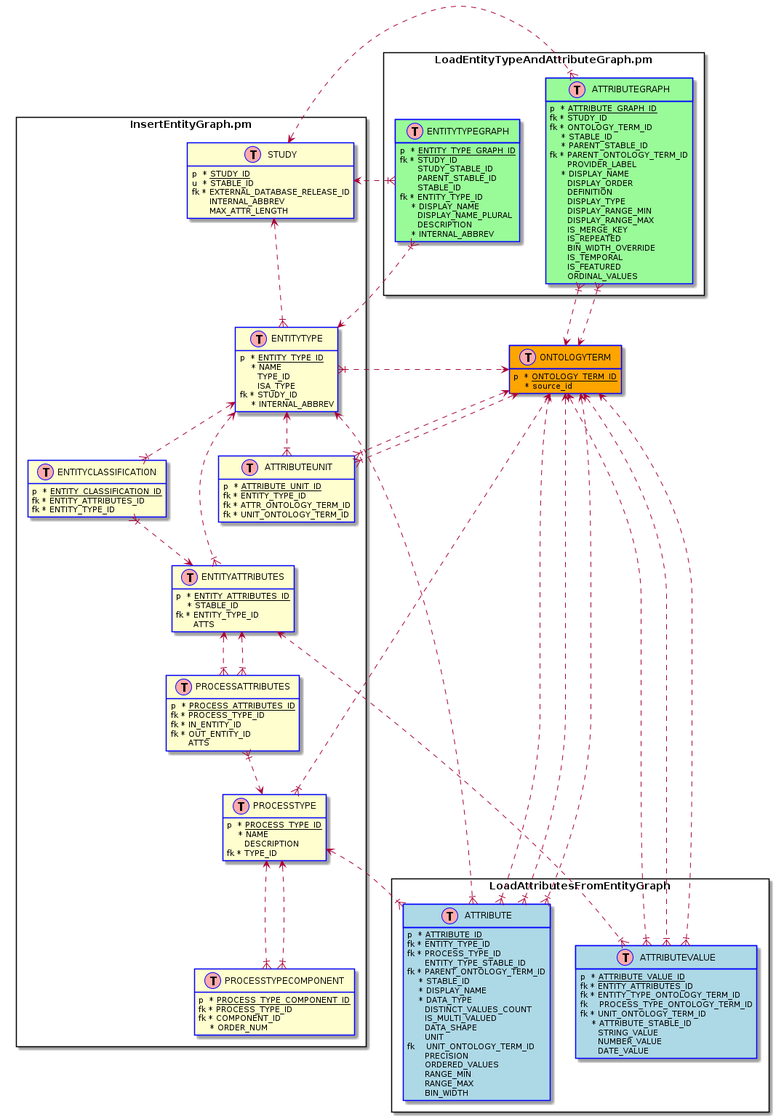
This is project_planning/images/eda_uml.png from jbrestel/org-docs, a PlantUML export, as it was before one commit.
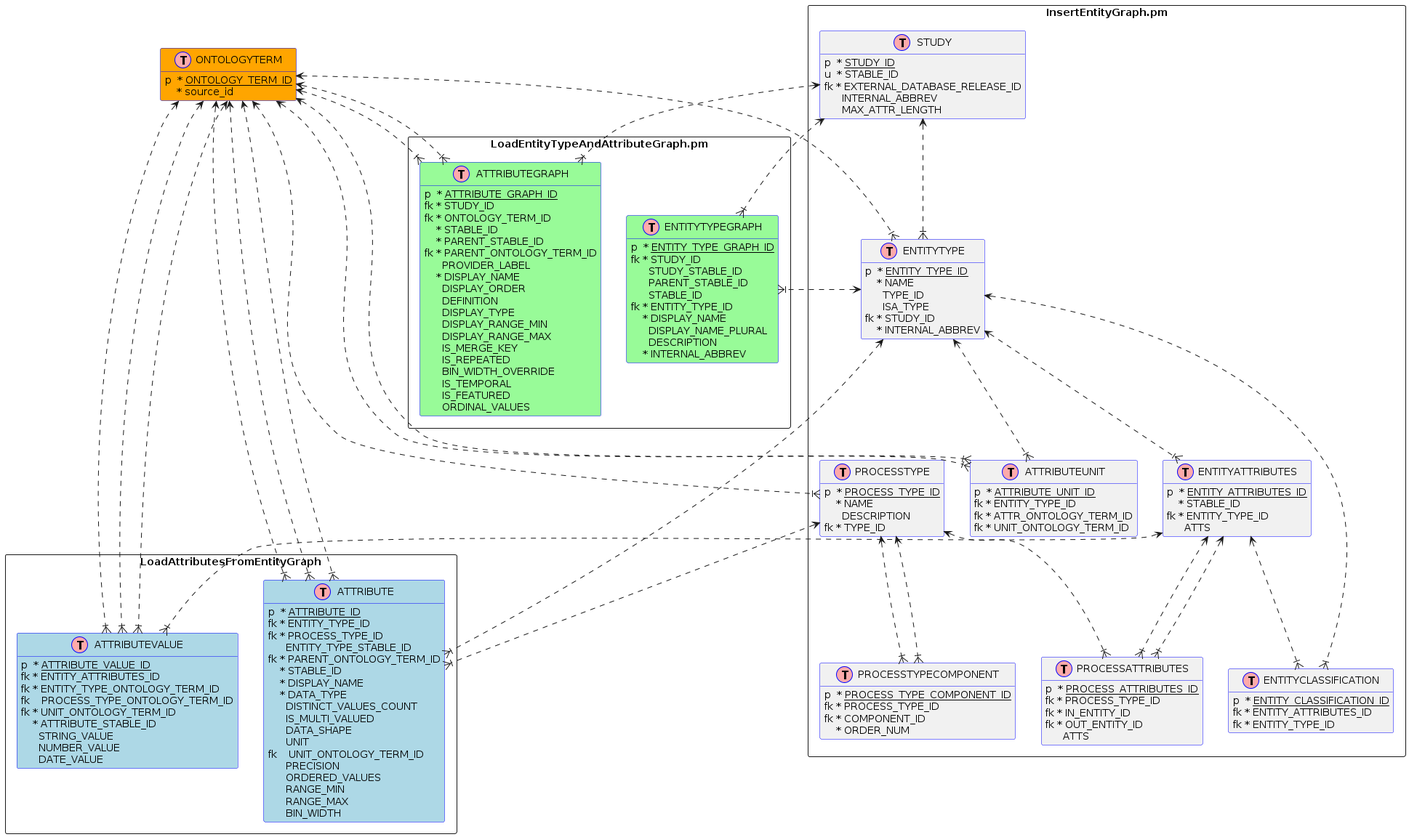
After the commit.

The edit, as a diff of the source:
```diff
@@ -1,149 +1,160 @@
 @startuml
+  !define plugin4table(x) class x << (T,#FFAAAA) >> #orange;line:blue;
+  !define plugin3table(x) class x << (T,#FFAAAA) >> #palegreen;line:blue;
+  !define plugin2table(x) class x << (T,#FFAAAA) >> #lightblue;line:blue;
+  !define plugin1table(x) class x << (T,#FFAAAA) >> #line:blue;
+  !define primary_key(x) p <U+0020>* <u>x</u>
+  !define foreign_key(x) fk * x
+  !define foreign_key_nullable(x) fk <U+0020><U+0020> x
+  !define unique(x) u <U+0020>* x
+  !define unique_nullable(x) u <U+0020><U+0020> x
+  !define field_nullable(x) <U+0020> <U+0020> <U+0020> x
+  !define field(x) <U+0020> <U+0020> * x
   hide methods
   hide stereotypes
 
 rectangle InsertEntityGraph.pm {
-  class STUDY << (T,#FFAAAA) >> #line:blue; {
-    p <U+0020>* <u>STUDY_ID</u>
-    u <U+0020>* STABLE_ID
-    fk * EXTERNAL_DATABASE_RELEASE_ID
-    <U+0020> <U+0020> <U+0020> INTERNAL_ABBREV
-    <U+0020> <U+0020> <U+0020> MAX_ATTR_LENGTH
+  plugin1table(STUDY) {
+    primary_key(STUDY_ID)
+    unique(STABLE_ID)
+    foreign_key(EXTERNAL_DATABASE_RELEASE_ID)
+    field_nullable(INTERNAL_ABBREV)
+    field_nullable(MAX_ATTR_LENGTH)
   }
 
-        class ENTITYTYPE << (T,#FFAAAA) >> #line:blue; {
-    p <U+0020>* <u>ENTITY_TYPE_ID</u>
-    <U+0020> <U+0020> * NAME
-    <U+0020> <U+0020> <U+0020> TYPE_ID
-    <U+0020> <U+0020> <U+0020> ISA_TYPE
-    fk * STUDY_ID
-    <U+0020> <U+0020> * INTERNAL_ABBREV
+        plugin1table(ENTITYTYPE) {
+    primary_key(ENTITY_TYPE_ID)
+    field(NAME)
+    field_nullable(TYPE_ID)
+    field_nullable(ISA_TYPE)
+    foreign_key(STUDY_ID)
+    field(INTERNAL_ABBREV)
   }
 
-  class ENTITYCLASSIFICATION << (T,#FFAAAA) >> #line:blue; {
-    p <U+0020>* <u>ENTITY_CLASSIFICATION_ID</u>
-    fk * ENTITY_ATTRIBUTES_ID
-    fk * ENTITY_TYPE_ID
+  plugin1table(ENTITYCLASSIFICATION) {
+    primary_key(ENTITY_CLASSIFICATION_ID)
+    foreign_key(ENTITY_ATTRIBUTES_ID)
+    foreign_key(ENTITY_TYPE_ID)
   }
 
-  class ENTITYATTRIBUTES << (T,#FFAAAA) >> #line:blue; {
-    p <U+0020>* <u>ENTITY_ATTRIBUTES_ID</u>
-    <U+0020> <U+0020> * STABLE_ID
-    fk * ENTITY_TYPE_ID
-    <U+0020> <U+0020> <U+0020> ATTS
+  plugin1table(ENTITYATTRIBUTES) {
+    primary_key(ENTITY_ATTRIBUTES_ID)
+    field(STABLE_ID)
+    foreign_key(ENTITY_TYPE_ID)
+    field_nullable(ATTS)
   }
 
-  class ATTRIBUTEUNIT << (T,#FFAAAA) >> #line:blue; {
-    p <U+0020>* <u>ATTRIBUTE_UNIT_ID</u>
-    fk * ENTITY_TYPE_ID
-    fk * ATTR_ONTOLOGY_TERM_ID
-    fk * UNIT_ONTOLOGY_TERM_ID
+  plugin1table(ATTRIBUTEUNIT) {
+    primary_key(ATTRIBUTE_UNIT_ID)
+    foreign_key(ENTITY_TYPE_ID)
+    foreign_key(ATTR_ONTOLOGY_TERM_ID)
+    foreign_key(UNIT_ONTOLOGY_TERM_ID)
   }
 
-  class PROCESSATTRIBUTES << (T,#FFAAAA) >> #line:blue; {
-    p <U+0020>* <u>PROCESS_ATTRIBUTES_ID</u>
-    fk * PROCESS_TYPE_ID
-    fk * IN_ENTITY_ID
-    fk * OUT_ENTITY_ID
-    <U+0020> <U+0020> <U+0020> ATTS
+  plugin1table(PROCESSATTRIBUTES) {
+    primary_key(PROCESS_ATTRIBUTES_ID)
+    foreign_key(PROCESS_TYPE_ID)
+    foreign_key(IN_ENTITY_ID)
+    foreign_key(OUT_ENTITY_ID)
+    field_nullable(ATTS)
   }
 
-  class PROCESSTYPECOMPONENT << (T,#FFAAAA) >> #line:blue; {
-    p <U+0020>* <u>PROCESS_TYPE_COMPONENT_ID</u>
-    fk * PROCESS_TYPE_ID
-    fk * COMPONENT_ID
-    <U+0020> <U+0020> * ORDER_NUM
+  plugin1table(PROCESSTYPECOMPONENT) {
+    primary_key(PROCESS_TYPE_COMPONENT_ID)
+    foreign_key(PROCESS_TYPE_ID)
+    foreign_key(COMPONENT_ID)
+    field(ORDER_NUM)
   }
 
-  class PROCESSTYPE << (T,#FFAAAA) >> #line:blue; {
-    p <U+0020>* <u>PROCESS_TYPE_ID</u>
-    <U+0020> <U+0020> * NAME
-    <U+0020> <U+0020> <U+0020> DESCRIPTION
-    fk * TYPE_ID
+  plugin1table(PROCESSTYPE) {
+    primary_key(PROCESS_TYPE_ID)
+    field(NAME)
+    field_nullable(DESCRIPTION)
+    foreign_key(TYPE_ID)
   }
 
 
 }
 
 rectangle LoadEntityTypeAndAttributeGraph.pm {
-    class ATTRIBUTEGRAPH << (T,#FFAAAA) >> #palegreen;line:blue; {
-    p <U+0020>* <u>ATTRIBUTE_GRAPH_ID</u>
-    fk * STUDY_ID
-    fk * ONTOLOGY_TERM_ID
-    <U+0020> <U+0020> * STABLE_ID
-    <U+0020> <U+0020> * PARENT_STABLE_ID
-    fk * PARENT_ONTOLOGY_TERM_ID
-    <U+0020> <U+0020> <U+0020> PROVIDER_LABEL
-    <U+0020> <U+0020> * DISPLAY_NAME
-    <U+0020> <U+0020> <U+0020> DISPLAY_ORDER
-    <U+0020> <U+0020> <U+0020> DEFINITION
-    <U+0020> <U+0020> <U+0020> DISPLAY_TYPE
-    <U+0020> <U+0020> <U+0020> DISPLAY_RANGE_MIN
-    <U+0020> <U+0020> <U+0020> DISPLAY_RANGE_MAX
-    <U+0020> <U+0020> <U+0020> IS_MERGE_KEY
-    <U+0020> <U+0020> <U+0020> IS_REPEATED
-    <U+0020> <U+0020> <U+0020> BIN_WIDTH_OVERRIDE
-    <U+0020> <U+0020> <U+0020> IS_TEMPORAL
-    <U+0020> <U+0020> <U+0020> IS_FEATURED
-    <U+0020> <U+0020> <U+0020> ORDINAL_VALUES
+    plugin3table(ATTRIBUTEGRAPH) {
+    primary_key(ATTRIBUTE_GRAPH_ID)
+    foreign_key(STUDY_ID)
+    foreign_key(ONTOLOGY_TERM_ID)
+    field(STABLE_ID)
+    field(PARENT_STABLE_ID)
+    foreign_key(PARENT_ONTOLOGY_TERM_ID)
+    field_nullable(PROVIDER_LABEL)
+    field(DISPLAY_NAME)
+    field_nullable(DISPLAY_ORDER)
+    field_nullable(DEFINITION)
+    field_nullable(DISPLAY_TYPE)
+    field_nullable(DISPLAY_RANGE_MIN)
+    field_nullable(DISPLAY_RANGE_MAX)
+    field_nullable(IS_MERGE_KEY)
+    field_nullable(IS_REPEATED)
+    field_nullable(BIN_WIDTH_OVERRIDE)
+    field_nullable(IS_TEMPORAL)
+    field_nullable(IS_FEATURED)
+    field_nullable(ORDINAL_VALUES)
   }
 
-  class ENTITYTYPEGRAPH << (T,#FFAAAA) >> #palegreen;line:blue; {
-    p <U+0020>* <u>ENTITY_TYPE_GRAPH_ID</u>
-    fk * STUDY_ID
-    <U+0020> <U+0020> <U+0020> STUDY_STABLE_ID
-    <U+0020> <U+0020> <U+0020> PARENT_STABLE_ID
+  plugin3table(ENTITYTYPEGRAPH) {
+    primary_key(ENTITY_TYPE_GRAPH_ID)
+    foreign_key(STUDY_ID)
+    field_nullable(STUDY_STABLE_ID)
+    field_nullable(PARENT_STABLE_ID)
     foreign_key_NULLABLE(PARENT_ID)
-    <U+0020> <U+0020> <U+0020> STABLE_ID
-    fk * ENTITY_TYPE_ID
-    <U+0020> <U+0020> * DISPLAY_NAME
-    <U+0020> <U+0020> <U+0020> DISPLAY_NAME_PLURAL
-    <U+0020> <U+0020> <U+0020> DESCRIPTION
-    <U+0020> <U+0020> * INTERNAL_ABBREV
+    field_nullable(STABLE_ID)
+    foreign_key(ENTITY_TYPE_ID)
+    field(DISPLAY_NAME)
+    field_nullable(DISPLAY_NAME_PLURAL)
+    field_nullable(DESCRIPTION)
+    field(INTERNAL_ABBREV)
   }
 }
 
 
 rectangle LoadAttributesFromEntityGraph {
-  class ATTRIBUTEVALUE << (T,#FFAAAA) >> #lightblue;line:blue; {
-    p <U+0020>* <u>ATTRIBUTE_VALUE_ID</u>
-    fk * ENTITY_ATTRIBUTES_ID
-    fk * ENTITY_TYPE_ONTOLOGY_TERM_ID
-    fk <U+0020><U+0020> PROCESS_TYPE_ONTOLOGY_TERM_ID
-    fk * UNIT_ONTOLOGY_TERM_ID
-    <U+0020> <U+0020> * ATTRIBUTE_STABLE_ID
-    <U+0020> <U+0020> <U+0020> STRING_VALUE
-    <U+0020> <U+0020> <U+0020> NUMBER_VALUE
-    <U+0020> <U+0020> <U+0020> DATE_VALUE
+  plugin2table(ATTRIBUTEVALUE) {
+    primary_key(ATTRIBUTE_VALUE_ID)
+    foreign_key(ENTITY_ATTRIBUTES_ID)
+    foreign_key(ENTITY_TYPE_ONTOLOGY_TERM_ID)
+    foreign_key_nullable(PROCESS_TYPE_ONTOLOGY_TERM_ID)
+    foreign_key(UNIT_ONTOLOGY_TERM_ID)
+    field(ATTRIBUTE_STABLE_ID)
+    field_nullable(STRING_VALUE)
+    field_nullable(NUMBER_VALUE)
+    field_nullable(DATE_VALUE)
   }
 
 
-  class ATTRIBUTE << (T,#FFAAAA) >> #lightblue;line:blue; {
-    p <U+0020>* <u>ATTRIBUTE_ID</u>
-    fk * ENTITY_TYPE_ID
-    fk * PROCESS_TYPE_ID
-    <U+0020> <U+0020> <U+0020> ENTITY_TYPE_STABLE_ID
+  plugin2table(ATTRIBUTE) {
+    primary_key(ATTRIBUTE_ID)
+    foreign_key(ENTITY_TYPE_ID)
+    foreign_key(PROCESS_TYPE_ID)
+    field_nullable(ENTITY_TYPE_STABLE_ID)
     foreign_key_NULLABLE(ONTOLOGY_TERM_ID)
-    fk * PARENT_ONTOLOGY_TERM_ID
-    <U+0020> <U+0020> * STABLE_ID
-    <U+0020> <U+0020> * DISPLAY_NAME
-    <U+0020> <U+0020> * DATA_TYPE
-    <U+0020> <U+0020> <U+0020> DISTINCT_VALUES_COUNT
-    <U+0020> <U+0020> <U+0020> IS_MULTI_VALUED
-    <U+0020> <U+0020> <U+0020> DATA_SHAPE
-    <U+0020> <U+0020> <U+0020> UNIT
-    fk <U+0020><U+0020> UNIT_ONTOLOGY_TERM_ID
-    <U+0020> <U+0020> <U+0020> PRECISION
-    <U+0020> <U+0020> <U+0020> ORDERED_VALUES
-    <U+0020> <U+0020> <U+0020> RANGE_MIN
-    <U+0020> <U+0020> <U+0020> RANGE_MAX
-    <U+0020> <U+0020> <U+0020> BIN_WIDTH
+    foreign_key(PARENT_ONTOLOGY_TERM_ID)
+    field(STABLE_ID)
+    field(DISPLAY_NAME)
+    field(DATA_TYPE)
+    field_nullable(DISTINCT_VALUES_COUNT)
+    field_nullable(IS_MULTI_VALUED)
+    field_nullable(DATA_SHAPE)
+    field_nullable(UNIT)
+    foreign_key_nullable(UNIT_ONTOLOGY_TERM_ID)
+    field_nullable(PRECISION)
+    field_nullable(ORDERED_VALUES)
+    field_nullable(RANGE_MIN)
+    field_nullable(RANGE_MAX)
+    field_nullable(BIN_WIDTH)
   }
 
 }
-  class ONTOLOGYTERM << (T,#FFAAAA) >> #orange;line:blue; {
-    p <U+0020>* <u>ONTOLOGY_TERM_ID</u>
-    <U+0020> <U+0020> * source_id
+  plugin4table(ONTOLOGYTERM) {
+    primary_key(ONTOLOGY_TERM_ID)
+    field(source_id)
   }
 
   STUDY <..|{ ENTITYTYPE
```
